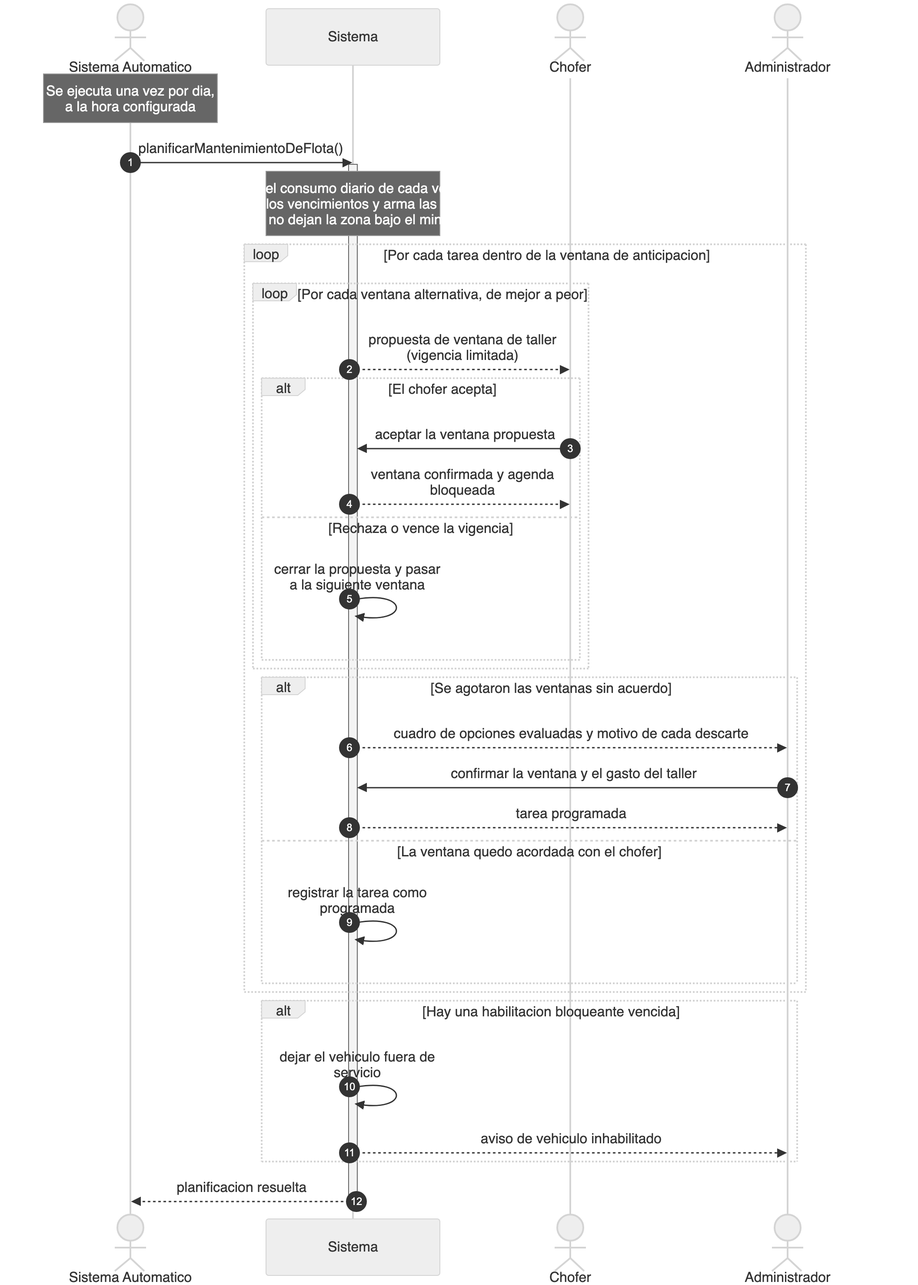
Earlier version of the Mermaid export diagramas/png/DSS_CU-105_Planificar-El-Mantenimiento-Y-Las-Habilitaciones-De-La-Flota.png (Nahuelito-Dev/splg-docs). Its source is kept beside it as diagramas/DSS_CU-105_Planificar-El-Mantenimiento-Y-Las-Habilitaciones-De-La-Flota.mmd.
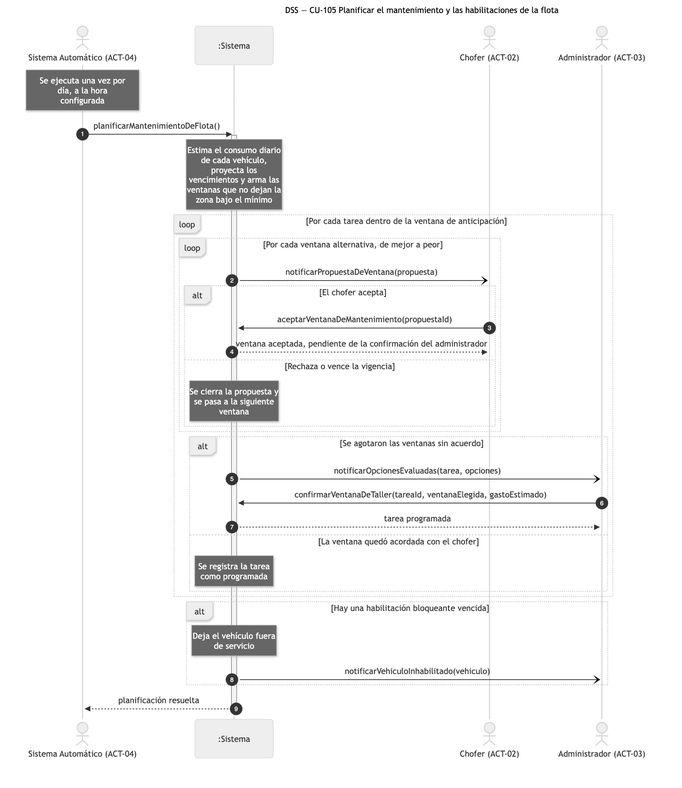
The same file after the commit.

The edit, as a diff of the source:
```diff
@@ -1,39 +1,39 @@
 sequenceDiagram
-    title DSS — CU-105 Planificar El Mantenimiento Y Las Habilitaciones De La Flota
+    title DSS — CU-105 Planificar el mantenimiento y las habilitaciones de la flota
     autonumber
-    actor SAU as Sistema Automatico
-    participant SIS as Sistema
-    actor CHO as Chofer
-    actor ADM as Administrador
+    actor SAU as Sistema Automático (ACT-04)
+    participant SIS as :Sistema
+    actor CHO as Chofer (ACT-02)
+    actor ADM as Administrador (ACT-03)
 
-    Note over SAU: Se ejecuta una vez por dia,<br/>a la hora configurada
+    Note over SAU: Se ejecuta una vez por<br/>día, a la hora<br/>configurada
     SAU->>SIS: planificarMantenimientoDeFlota()
     activate SIS
-    Note over SIS: Estima el consumo diario de cada vehiculo,<br/>proyecta los vencimientos y arma las ventanas<br/>que no dejan la zona bajo el minimo
+    Note over SIS: Estima el consumo diario<br/>de cada vehículo,<br/>proyecta los<br/>vencimientos y arma las<br/>ventanas que no dejan la<br/>zona bajo el mínimo
 
-    loop Por cada tarea dentro de la ventana de anticipacion
+    loop Por cada tarea dentro de la ventana de anticipación
         loop Por cada ventana alternativa, de mejor a peor
-            SIS-->>CHO: propuesta de ventana de taller (vigencia limitada)
+            SIS-)CHO: notificarPropuestaDeVentana(propuesta)
             alt El chofer acepta
                 CHO->>SIS: aceptarVentanaDeMantenimiento(propuestaId)
-                SIS-->>CHO: ventana confirmada y agenda bloqueada
+                SIS-->>CHO: ventana aceptada, pendiente de la confirmación del administrador
             else Rechaza o vence la vigencia
-                SIS->>SIS: cerrar la propuesta y pasar a la siguiente ventana
+                Note over SIS: Se cierra la propuesta y<br/>se pasa a la siguiente<br/>ventana
             end
         end
 
         alt Se agotaron las ventanas sin acuerdo
-            SIS-->>ADM: cuadro de opciones evaluadas y motivo de cada descarte
+            SIS-)ADM: notificarOpcionesEvaluadas(tarea, opciones)
             ADM->>SIS: confirmarVentanaDeTaller(tareaId, ventanaElegida, gastoEstimado)
             SIS-->>ADM: tarea programada
-        else La ventana quedo acordada con el chofer
-            SIS->>SIS: registrar la tarea como programada
+        else La ventana quedó acordada con el chofer
+            Note over SIS: Se registra la tarea<br/>como programada
         end
     end
 
-    alt Hay una habilitacion bloqueante vencida
-        SIS->>SIS: dejar el vehiculo fuera de servicio
-        SIS-->>ADM: aviso de vehiculo inhabilitado
+    alt Hay una habilitación bloqueante vencida
+        Note over SIS: Deja el vehículo fuera<br/>de servicio
+        SIS-)ADM: notificarVehiculoInhabilitado(vehiculo)
     end
-    SIS-->>SAU: planificacion resuelta
+    SIS-->>SAU: planificación resuelta
     deactivate SIS
```
